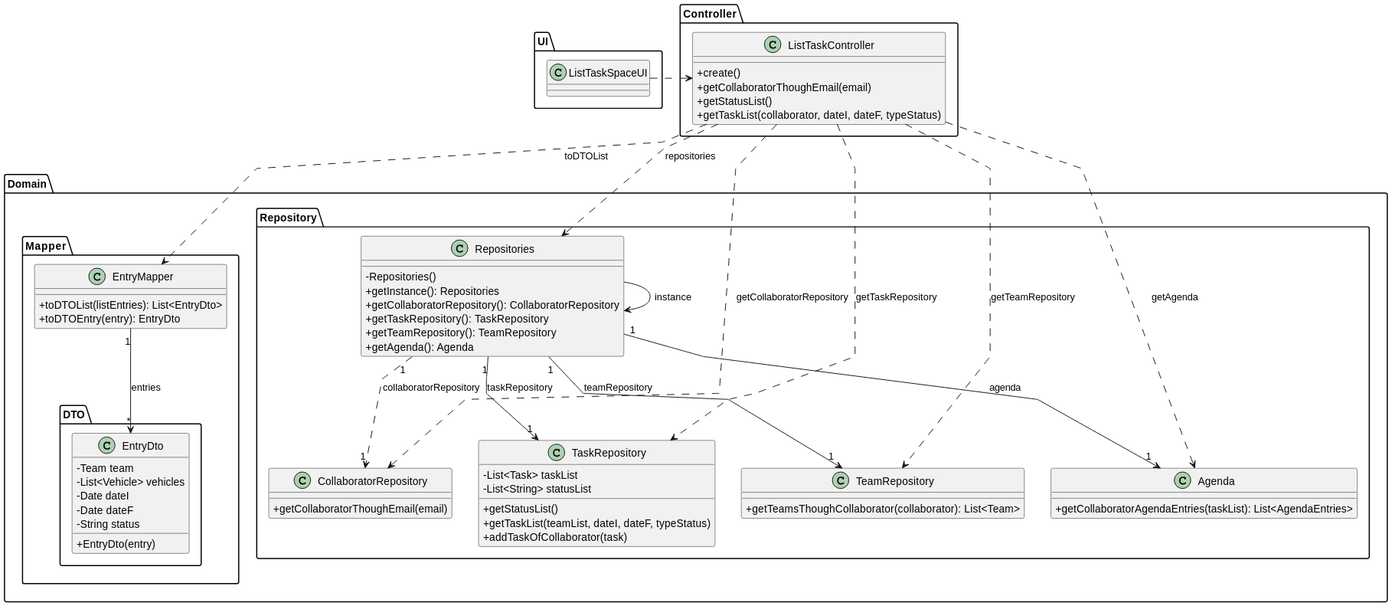
Earlier version of the PlantUML export docs/sprintC/us028/03.design/svg/us028-class-diagram.svg (diogoveirospro/lei-24-s2-1dg-g072).
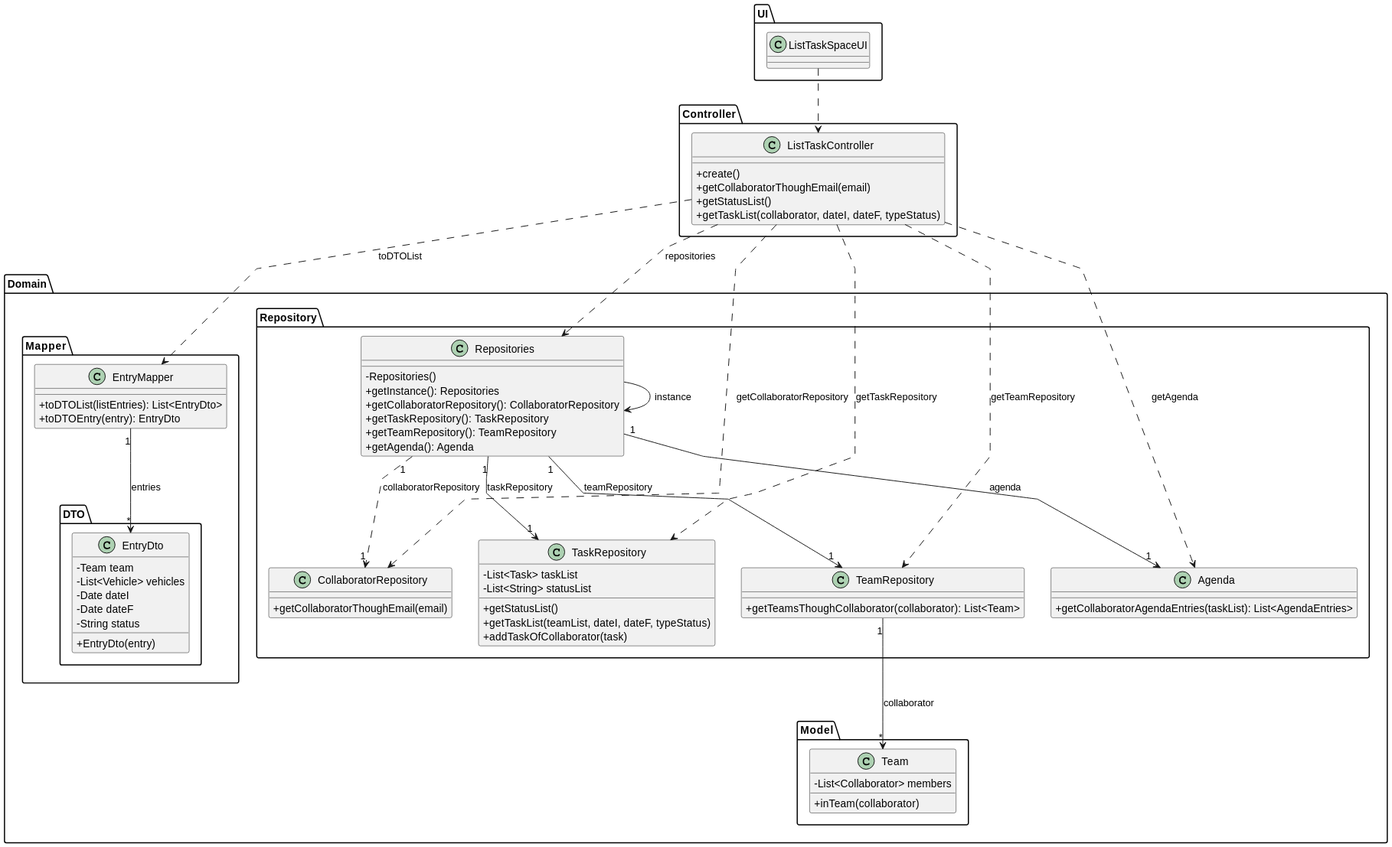
The same file after the commit.

Commit message:
FIxes in us27 design and updates in Collaborator class

Change to the diagram source:
```diff
@@ -18,7 +18,14 @@
 }
 
 package Domain {
+package Model {
+class Team {
+    - List<Collaborator> members
+    + inTeam(collaborator)
+}
+}
 package Repository {
+
 class "Repositories" as RepositorySingleton {
     - Repositories()
     + getInstance(): Repositories
@@ -66,17 +73,18 @@
 }
 }
 
-UserInterface .> CTRL
+UserInterface ..> CTRL
 CTRL ..> RepositorySingleton : repositories
-RepositorySingleton -> RepositorySingleton : instance
-CTRL .> collaboratorRepository: getCollaboratorRepository
-CTRL .> taskRepository: getTaskRepository
-CTRL .> teamRepository: getTeamRepository
-CTRL .> agenda: getAgenda
-CTRL .> MapperDto: toDTOList
+RepositorySingleton --> RepositorySingleton : instance
+CTRL ..> collaboratorRepository: getCollaboratorRepository
+CTRL ..> taskRepository: getTaskRepository
+CTRL ..> teamRepository: getTeamRepository
+CTRL ..> agenda: getAgenda
+CTRL ..> MapperDto: toDTOList
 MapperDto "1" --> "*" DataTransferObject: entries
 RepositorySingleton "1" ..> "1" collaboratorRepository: collaboratorRepository
 RepositorySingleton "1" --> "1" taskRepository: taskRepository
 RepositorySingleton "1" --> "1" teamRepository: teamRepository
 RepositorySingleton "1" --> "1" agenda: agenda
+teamRepository "1" --> "*" Team: collaborator
 @enduml
```
